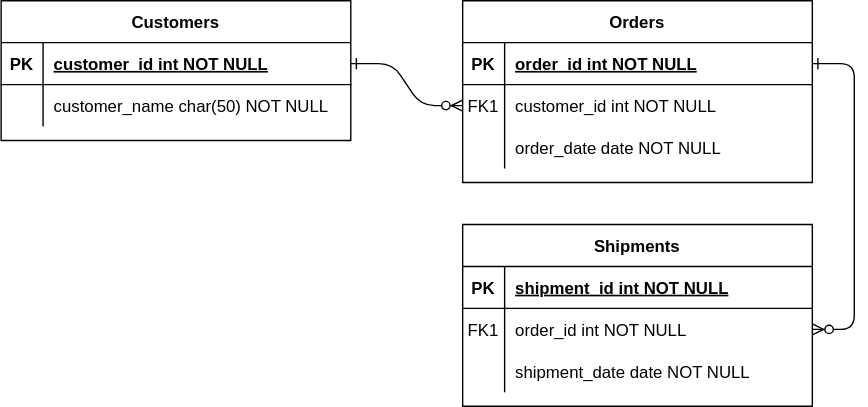
kimujin99/2024_ROCKET_BACK keeps this draw.io diagram as rocket_ERD.drawio.svg. Above is the earlier version. Source tidied: cells renumbered, new cells last; positions are measured from the earlier drawing's top-left corner, leaving out a move shared by most shapes. Source of this version:
```xml
<mxGraphModel>
  <root>
    <mxCell id="0" />
    <mxCell id="1" parent="0" />
    <mxCell id="2" style="edgeStyle=entityRelationEdgeStyle;endArrow=ERzeroToMany;startArrow=ERone;endFill=1;startFill=0;" parent="1" edge="1" source="25" target="8">
      <mxGeometry relative="1" as="geometry" />
    </mxCell>
    <mxCell id="3" style="edgeStyle=entityRelationEdgeStyle;endArrow=ERzeroToMany;startArrow=ERone;endFill=1;startFill=0;" parent="1" edge="1" source="5" target="18">
      <mxGeometry relative="1" as="geometry" />
    </mxCell>
    <mxCell id="4" value="Orders" style="shape=table;startSize=30;rowLines=0;fontStyle=1;align=center;" parent="1" vertex="1">
      <mxGeometry x="330" width="250" height="130" as="geometry" />
    </mxCell>
    <mxCell id="5" style="shape=partialRectangle;fillColor=none;points=[[0,0.5],[1,0.5]];portConstraint=eastwest;top=0;left=0;right=0;bottom=1;" parent="4" vertex="1">
      <mxGeometry y="30" width="250" height="30" as="geometry" />
    </mxCell>
    <mxCell id="6" value="PK" style="shape=partialRectangle;overflow=hidden;fillColor=none;top=0;left=0;bottom=0;right=0;fontStyle=1;" parent="5" vertex="1">
      <mxGeometry width="30" height="30" as="geometry" />
    </mxCell>
    <mxCell id="7" value="order_id int NOT NULL " style="shape=partialRectangle;overflow=hidden;fillColor=none;top=0;left=0;bottom=0;right=0;align=left;spacingLeft=6;fontStyle=5;" parent="5" vertex="1">
      <mxGeometry x="30" width="220" height="30" as="geometry" />
    </mxCell>
    <mxCell id="8" style="shape=partialRectangle;fillColor=none;points=[[0,0.5],[1,0.5]];portConstraint=eastwest;top=0;left=0;right=0;bottom=0;" parent="4" vertex="1">
      <mxGeometry y="60" width="250" height="30" as="geometry" />
    </mxCell>
    <mxCell id="9" value="FK1" style="shape=partialRectangle;overflow=hidden;fillColor=none;top=0;left=0;bottom=0;right=0;" parent="8" vertex="1">
      <mxGeometry width="30" height="30" as="geometry" />
    </mxCell>
    <mxCell id="10" value="customer_id int NOT NULL" style="shape=partialRectangle;overflow=hidden;fillColor=none;top=0;left=0;bottom=0;right=0;align=left;spacingLeft=6;" parent="8" vertex="1">
      <mxGeometry x="30" width="220" height="30" as="geometry" />
    </mxCell>
    <mxCell id="11" style="shape=partialRectangle;fillColor=none;top=0;left=0;right=0;bottom=0;" parent="4" vertex="1">
      <mxGeometry y="90" width="250" height="30" as="geometry" />
    </mxCell>
    <mxCell id="12" style="shape=partialRectangle;overflow=hidden;fillColor=none;top=0;left=0;bottom=0;right=0;" parent="11" vertex="1">
      <mxGeometry width="30" height="30" as="geometry" />
    </mxCell>
    <mxCell id="13" value="order_date date NOT NULL" style="shape=partialRectangle;overflow=hidden;fillColor=none;top=0;left=0;bottom=0;right=0;align=left;spacingLeft=6;" parent="11" vertex="1">
      <mxGeometry x="30" width="220" height="30" as="geometry" />
    </mxCell>
    <mxCell id="14" value="Shipments" style="shape=table;startSize=30;rowLines=0;fontStyle=1;align=center;" parent="1" vertex="1">
      <mxGeometry x="330" y="160" width="250" height="130" as="geometry" />
    </mxCell>
    <mxCell id="15" style="shape=partialRectangle;fillColor=none;top=0;left=0;right=0;bottom=1;" parent="14" vertex="1">
      <mxGeometry y="30" width="250" height="30" as="geometry" />
    </mxCell>
    <mxCell id="16" value="PK" style="shape=partialRectangle;overflow=hidden;fillColor=none;top=0;left=0;bottom=0;right=0;fontStyle=1;" parent="15" vertex="1">
      <mxGeometry width="30" height="30" as="geometry" />
    </mxCell>
    <mxCell id="17" value="shipment_id int NOT NULL " style="shape=partialRectangle;overflow=hidden;fillColor=none;top=0;left=0;bottom=0;right=0;align=left;spacingLeft=6;fontStyle=5;" parent="15" vertex="1">
      <mxGeometry x="30" width="220" height="30" as="geometry" />
    </mxCell>
    <mxCell id="18" style="shape=partialRectangle;fillColor=none;points=[[0,0.5],[1,0.5]];portConstraint=eastwest;top=0;left=0;right=0;bottom=0;" parent="14" vertex="1">
      <mxGeometry y="60" width="250" height="30" as="geometry" />
    </mxCell>
    <mxCell id="19" value="FK1" style="shape=partialRectangle;overflow=hidden;fillColor=none;top=0;left=0;bottom=0;right=0;" parent="18" vertex="1">
      <mxGeometry width="30" height="30" as="geometry" />
    </mxCell>
    <mxCell id="20" value="order_id int NOT NULL" style="shape=partialRectangle;overflow=hidden;fillColor=none;top=0;left=0;bottom=0;right=0;align=left;spacingLeft=6;" parent="18" vertex="1">
      <mxGeometry x="30" width="220" height="30" as="geometry" />
    </mxCell>
    <mxCell id="21" style="shape=partialRectangle;fillColor=none;top=0;left=0;right=0;bottom=0;" parent="14" vertex="1">
      <mxGeometry y="90" width="250" height="30" as="geometry" />
    </mxCell>
    <mxCell id="22" style="shape=partialRectangle;overflow=hidden;fillColor=none;top=0;left=0;bottom=0;right=0;" parent="21" vertex="1">
      <mxGeometry width="30" height="30" as="geometry" />
    </mxCell>
    <mxCell id="23" value="shipment_date date NOT NULL" style="shape=partialRectangle;overflow=hidden;fillColor=none;top=0;left=0;bottom=0;right=0;align=left;spacingLeft=6;" parent="21" vertex="1">
      <mxGeometry x="30" width="220" height="30" as="geometry" />
    </mxCell>
    <mxCell id="24" value="Customers" style="shape=table;startSize=30;rowLines=0;fontStyle=1;align=center;" parent="1" vertex="1">
      <mxGeometry width="250" height="100" as="geometry" />
    </mxCell>
    <mxCell id="25" style="shape=partialRectangle;fillColor=none;points=[[0,0.5],[1,0.5]];portConstraint=eastwest;top=0;left=0;right=0;bottom=1;" parent="24" vertex="1">
      <mxGeometry y="30" width="250" height="30" as="geometry" />
    </mxCell>
    <mxCell id="26" value="PK" style="shape=partialRectangle;overflow=hidden;fillColor=none;top=0;left=0;bottom=0;right=0;fontStyle=1;" parent="25" vertex="1">
      <mxGeometry width="30" height="30" as="geometry" />
    </mxCell>
    <mxCell id="27" value="customer_id int NOT NULL " style="shape=partialRectangle;overflow=hidden;fillColor=none;top=0;left=0;bottom=0;right=0;align=left;spacingLeft=6;fontStyle=5;" parent="25" vertex="1">
      <mxGeometry x="30" width="220" height="30" as="geometry" />
    </mxCell>
    <mxCell id="28" style="shape=partialRectangle;fillColor=none;top=0;left=0;right=0;bottom=0;" parent="24" vertex="1">
      <mxGeometry y="60" width="250" height="30" as="geometry" />
    </mxCell>
    <mxCell id="29" style="shape=partialRectangle;overflow=hidden;fillColor=none;top=0;left=0;bottom=0;right=0;" parent="28" vertex="1">
      <mxGeometry width="30" height="30" as="geometry" />
    </mxCell>
    <mxCell id="30" value="customer_name char(50) NOT NULL" style="shape=partialRectangle;overflow=hidden;fillColor=none;top=0;left=0;bottom=0;right=0;align=left;spacingLeft=6;" parent="28" vertex="1">
      <mxGeometry x="30" width="220" height="30" as="geometry" />
    </mxCell>
  </root>
</mxGraphModel>
```
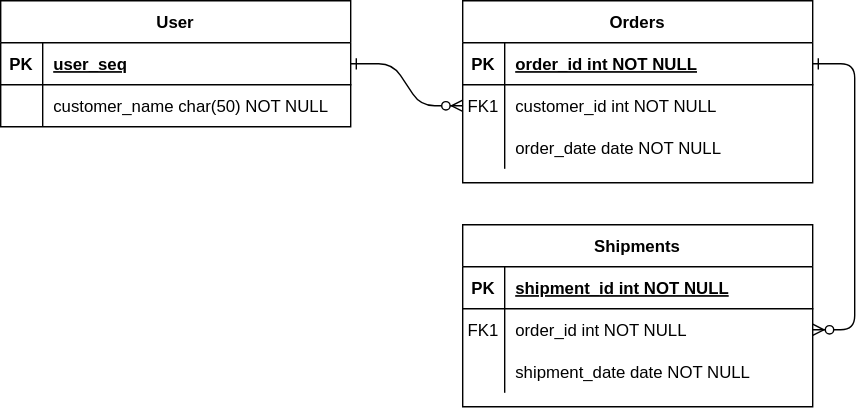
The same diagram one commit later.

Diff of the diagram source:
```diff
@@ -68,8 +68,8 @@
     <mxCell id="23" value="shipment_date date NOT NULL" style="shape=partialRectangle;overflow=hidden;fillColor=none;top=0;left=0;bottom=0;right=0;align=left;spacingLeft=6;" parent="21" vertex="1">
       <mxGeometry x="30" width="220" height="30" as="geometry" />
     </mxCell>
-    <mxCell id="24" value="Customers" style="shape=table;startSize=30;rowLines=0;fontStyle=1;align=center;" parent="1" vertex="1">
-      <mxGeometry width="250" height="100" as="geometry" />
+    <mxCell id="24" value="User" style="shape=table;startSize=30;rowLines=0;fontStyle=1;align=center;" parent="1" vertex="1">
+      <mxGeometry width="250" height="90" as="geometry" />
     </mxCell>
     <mxCell id="25" style="shape=partialRectangle;fillColor=none;points=[[0,0.5],[1,0.5]];portConstraint=eastwest;top=0;left=0;right=0;bottom=1;" parent="24" vertex="1">
       <mxGeometry y="30" width="250" height="30" as="geometry" />
@@ -77,7 +77,7 @@
     <mxCell id="26" value="PK" style="shape=partialRectangle;overflow=hidden;fillColor=none;top=0;left=0;bottom=0;right=0;fontStyle=1;" parent="25" vertex="1">
       <mxGeometry width="30" height="30" as="geometry" />
     </mxCell>
-    <mxCell id="27" value="customer_id int NOT NULL " style="shape=partialRectangle;overflow=hidden;fillColor=none;top=0;left=0;bottom=0;right=0;align=left;spacingLeft=6;fontStyle=5;" parent="25" vertex="1">
+    <mxCell id="27" value="user_seq" style="shape=partialRectangle;overflow=hidden;fillColor=none;top=0;left=0;bottom=0;right=0;align=left;spacingLeft=6;fontStyle=5;" parent="25" vertex="1">
       <mxGeometry x="30" width="220" height="30" as="geometry" />
     </mxCell>
     <mxCell id="28" style="shape=partialRectangle;fillColor=none;top=0;left=0;right=0;bottom=0;" parent="24" vertex="1">
```
